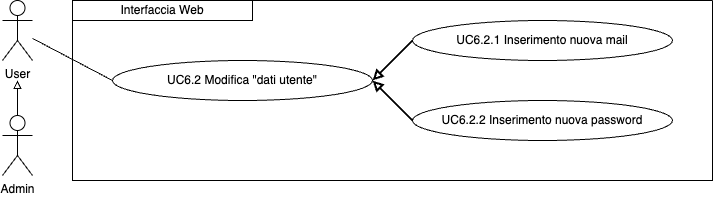
Earlier version of the draw.io export imgs/Uml/UC6.2.png (ShameIRL/farmacode). Source tidied: cells renumbered, new cells last; positions are measured from the earlier drawing's top-left corner, leaving out a move shared by most shapes. Source of this version:
```xml
<mxGraphModel>
  <root>
    <mxCell id="0" />
    <mxCell id="1" parent="0" />
    <mxCell id="2" value="User" style="shape=umlActor;verticalLabelPosition=bottom;verticalAlign=top;html=1;outlineConnect=0;" parent="1" vertex="1">
      <mxGeometry width="30" height="60" as="geometry" />
    </mxCell>
    <mxCell id="3" style="swimlane;startSize=0;" parent="1" vertex="1">
      <mxGeometry x="70" width="640" height="180" as="geometry" />
    </mxCell>
    <mxCell id="4" value="UC6.2 Modifica &quot;dati utente&quot;" style="ellipse;whiteSpace=wrap;html=1;" parent="3" vertex="1">
      <mxGeometry x="40" y="60" width="260" height="40" as="geometry" />
    </mxCell>
    <mxCell id="5" value="Interfaccia Web" style="rounded=0;whiteSpace=wrap;html=1;" parent="3" vertex="1">
      <mxGeometry width="180" height="20" as="geometry" />
    </mxCell>
    <mxCell id="6" value="UC6.2.1 Inserimento nuova mail" style="ellipse;whiteSpace=wrap;html=1;" parent="3" vertex="1">
      <mxGeometry x="340" y="20" width="260" height="40" as="geometry" />
    </mxCell>
    <mxCell id="7" style="endArrow=none;html=1;rounded=0;entryX=0;entryY=0.5;entryDx=0;entryDy=0;startArrow=block;startFill=0;strokeWidth=2;exitX=1;exitY=0.5;exitDx=0;exitDy=0;" parent="3" edge="1" source="4" target="6">
      <mxGeometry relative="1" as="geometry" />
    </mxCell>
    <mxCell id="8" value="UC6.2.2 Inserimento nuova password" style="ellipse;whiteSpace=wrap;html=1;" parent="3" vertex="1">
      <mxGeometry x="340" y="100" width="260" height="40" as="geometry" />
    </mxCell>
    <mxCell id="9" style="edgeStyle=orthogonalEdgeStyle;rounded=0;jettySize=auto;html=1;exitX=0.5;exitY=0;exitDx=0;exitDy=0;exitPerimeter=0;endArrow=block;endFill=0;" parent="1" edge="1" source="10">
      <mxGeometry relative="1" as="geometry">
        <mxPoint x="15" y="80" as="targetPoint" />
      </mxGeometry>
    </mxCell>
    <mxCell id="10" value="Admin" style="shape=umlActor;verticalLabelPosition=bottom;verticalAlign=top;html=1;outlineConnect=0;" parent="1" vertex="1">
      <mxGeometry y="115" width="30" height="60" as="geometry" />
    </mxCell>
    <mxCell id="11" style="endArrow=none;html=1;rounded=0;entryX=0;entryY=0.5;entryDx=0;entryDy=0;" parent="1" edge="1" source="2" target="4">
      <mxGeometry relative="1" as="geometry" />
    </mxCell>
    <mxCell id="12" style="endArrow=none;html=1;rounded=0;entryX=0;entryY=0.5;entryDx=0;entryDy=0;startArrow=block;startFill=0;strokeWidth=2;" parent="1" edge="1" target="8">
      <mxGeometry relative="1" as="geometry">
        <mxPoint x="370" y="80" as="sourcePoint" />
      </mxGeometry>
    </mxCell>
  </root>
</mxGraphModel>
```
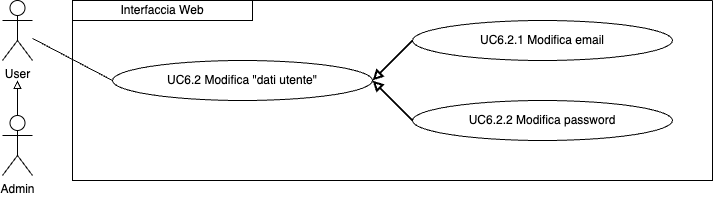
After the commit.

What changed in the source:
```diff
@@ -14,13 +14,13 @@
     <mxCell id="5" value="Interfaccia Web" style="rounded=0;whiteSpace=wrap;html=1;" parent="3" vertex="1">
       <mxGeometry width="180" height="20" as="geometry" />
     </mxCell>
-    <mxCell id="6" value="UC6.2.1 Inserimento nuova mail" style="ellipse;whiteSpace=wrap;html=1;" parent="3" vertex="1">
+    <mxCell id="6" value="UC6.2.1 Modifica email" style="ellipse;whiteSpace=wrap;html=1;" parent="3" vertex="1">
       <mxGeometry x="340" y="20" width="260" height="40" as="geometry" />
     </mxCell>
     <mxCell id="7" style="endArrow=none;html=1;rounded=0;entryX=0;entryY=0.5;entryDx=0;entryDy=0;startArrow=block;startFill=0;strokeWidth=2;exitX=1;exitY=0.5;exitDx=0;exitDy=0;" parent="3" edge="1" source="4" target="6">
       <mxGeometry relative="1" as="geometry" />
     </mxCell>
-    <mxCell id="8" value="UC6.2.2 Inserimento nuova password" style="ellipse;whiteSpace=wrap;html=1;" parent="3" vertex="1">
+    <mxCell id="8" value="UC6.2.2 Modifica password" style="ellipse;whiteSpace=wrap;html=1;" parent="3" vertex="1">
       <mxGeometry x="340" y="100" width="260" height="40" as="geometry" />
     </mxCell>
     <mxCell id="9" style="edgeStyle=orthogonalEdgeStyle;rounded=0;jettySize=auto;html=1;exitX=0.5;exitY=0;exitDx=0;exitDy=0;exitPerimeter=0;endArrow=block;endFill=0;" parent="1" edge="1" source="10">
```
